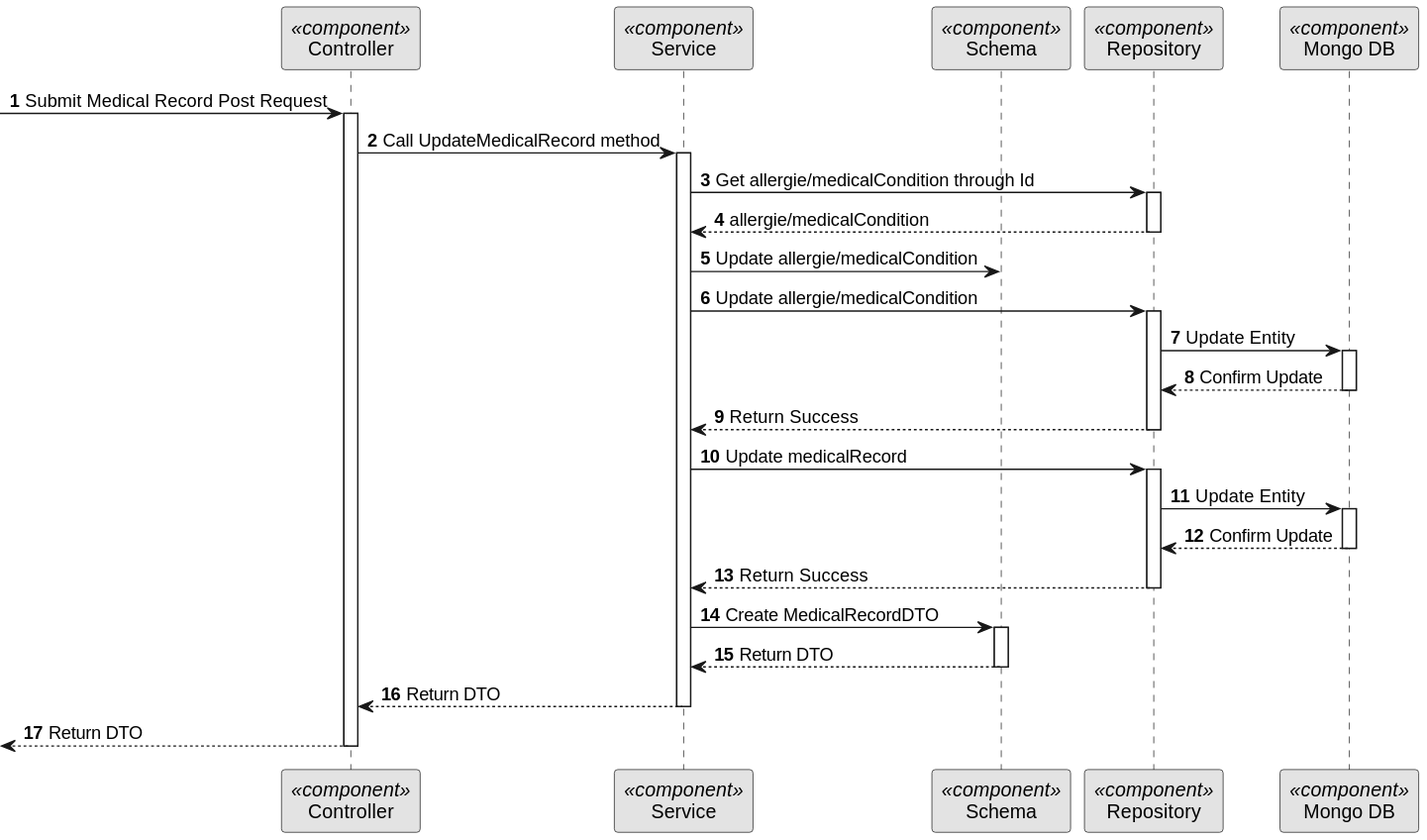
Above: docs/BackofficeModule/7.2.6/sequence-diagram-3-BE.svg in Ana-Miguel-Silva/SurgicalAppointmentAndResourceManagement (PlantUML), before the change.
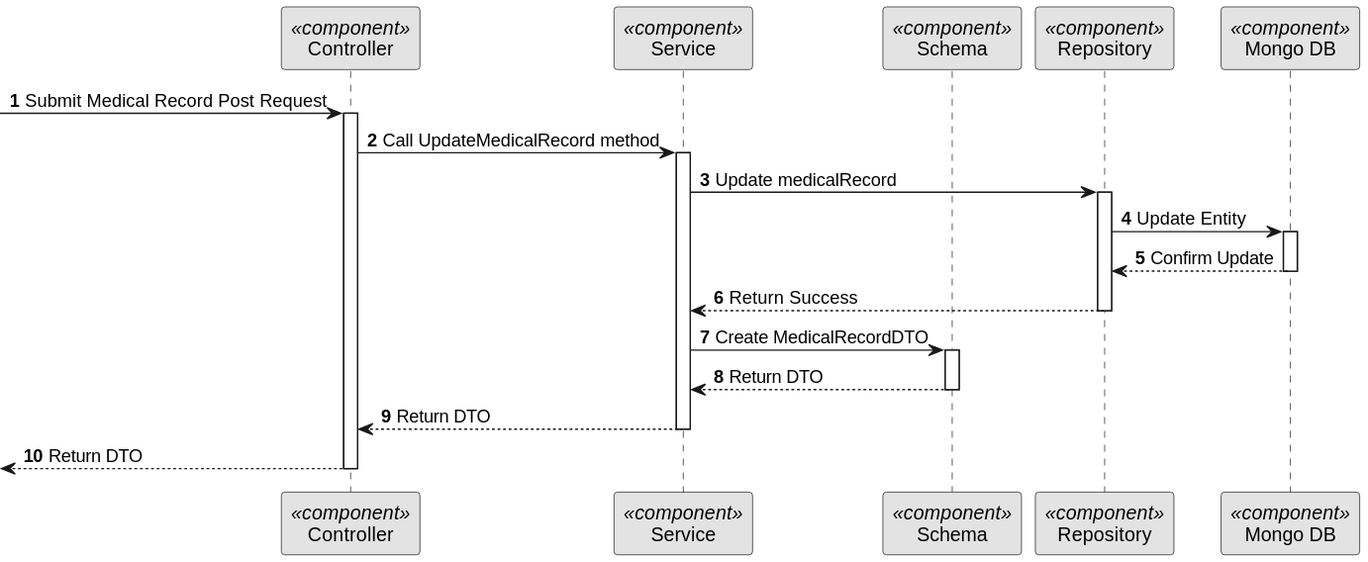
After the change.

The edit, as a diff of the source:
```diff
@@ -16,28 +16,6 @@
 
 CTRL -> SERV: Call UpdateMedicalRecord method
 activate SERV
-
-SERV -> REPO: Get allergie/medicalCondition through Id
-activate REPO
-
-REPO --> SERV: allergie/medicalCondition
-deactivate REPO
-
-SERV -> DOM : Update allergie/medicalCondition
-
-
-SERV -> REPO : Update allergie/medicalCondition
-activate REPO
-
-REPO -> BDD : Update Entity
-activate BDD
-
-BDD --> REPO : Confirm Update
-deactivate BDD
-
-REPO --> SERV : Return Success
-deactivate REPO
-
 
 
 
```
